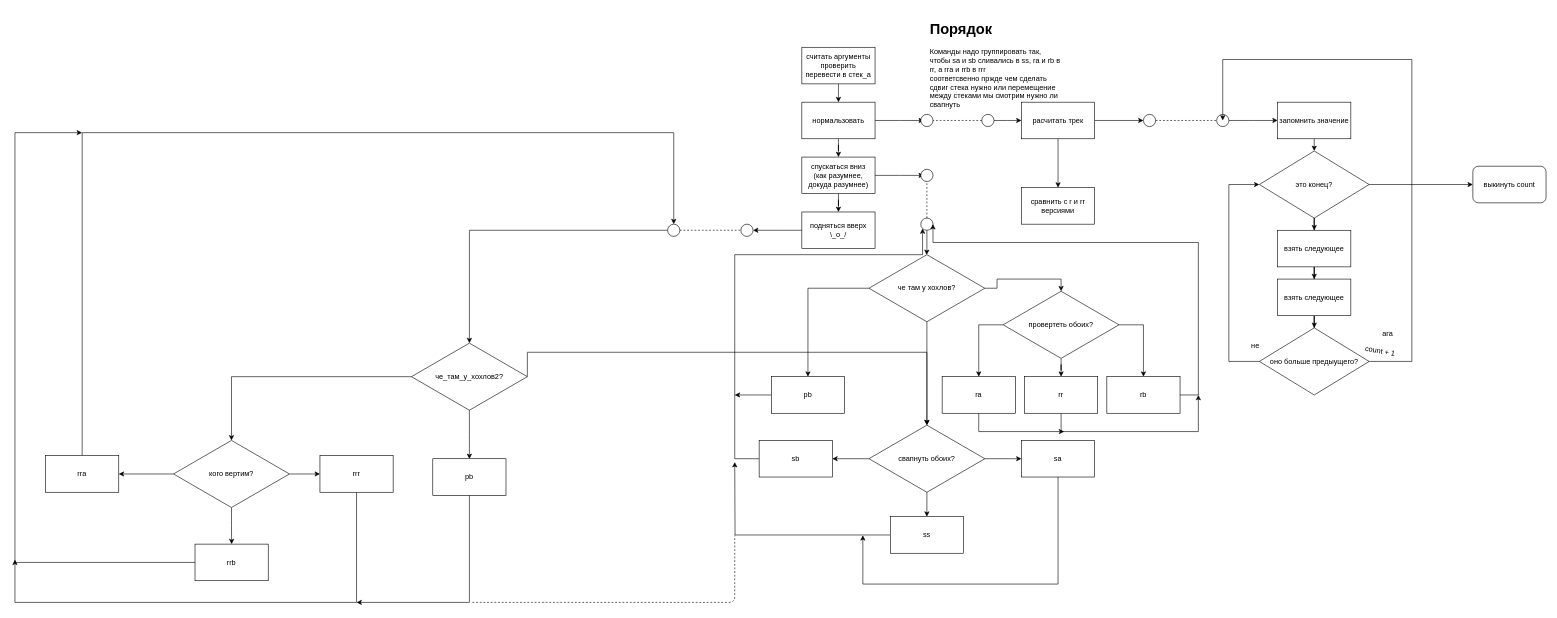
Before: page "Page-1" (1 of 3) of algo.drawio in andru196/push_swap, a draw.io diagram. Source tidied: cells renumbered, new cells numbered last; positions are measured from the earlier drawing's top-left corner, leaving out a move shared by most shapes. Both pictures are drawn from the tidied source at 61%, with x=0, y=0 at pixel (15, 16).
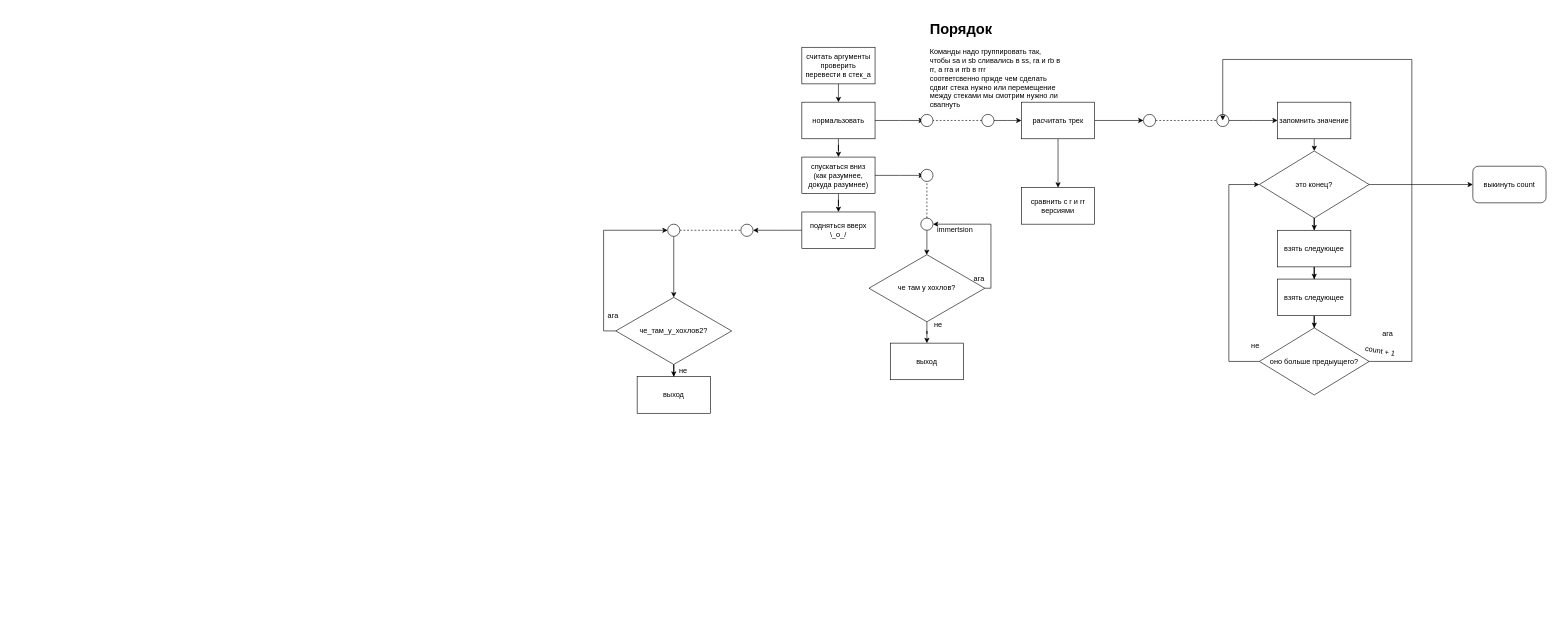
Above is the later version.

The change refers to these unchanged cells:
```xml
<mxCell id="40" style="ellipse;whiteSpace=wrap;html=1;" parent="1" vertex="1">
  <mxGeometry x="1485" y="330" width="20" height="20" as="geometry" />
</mxCell>
<mxCell id="44" value="че там у хохлов?" style="rhombus;whiteSpace=wrap;html=1;" parent="1" vertex="1">
  <mxGeometry x="1400" y="390" width="190" height="110" as="geometry" />
</mxCell>
<mxCell id="81" style="ellipse;whiteSpace=wrap;html=1;" parent="1" vertex="1">
  <mxGeometry x="1070" y="340" width="20" height="20" as="geometry" />
</mxCell>
```

What changed in the source:
```diff
@@
-    <mxCell id="41" style="edgeStyle=orthogonalEdgeStyle;rounded=0;jettySize=auto;html=1;" parent="1" edge="1" source="44" target="46">
-      <mxGeometry relative="1" as="geometry" />
-    </mxCell>
-    <mxCell id="42" style="edgeStyle=orthogonalEdgeStyle;rounded=0;jettySize=auto;html=1;" parent="1" edge="1" source="44" target="55">
-      <mxGeometry relative="1" as="geometry" />
-    </mxCell>
-    <mxCell id="43" style="edgeStyle=orthogonalEdgeStyle;rounded=0;jettySize=auto;html=1;entryX=0.5;entryY=0;entryDx=0;entryDy=0;" parent="1" edge="1" source="44" target="59">
-      <mxGeometry relative="1" as="geometry" />
-    </mxCell>
+    <mxCell id="92" style="edgeStyle=orthogonalEdgeStyle;rounded=0;jettySize=auto;html=1;entryX=0.5;entryY=0;entryDx=0;entryDy=0;" parent="1" edge="1" source="44" target="96">
+      <mxGeometry relative="1" as="geometry" />
+    </mxCell>
+    <mxCell id="93" style="edgeStyle=orthogonalEdgeStyle;rounded=0;jettySize=auto;html=1;entryX=1;entryY=0.5;entryDx=0;entryDy=0;" parent="1" edge="1" source="44" target="40">
+      <mxGeometry relative="1" as="geometry">
+        <Array as="points">
+          <mxPoint x="1600" y="445" />
+          <mxPoint x="1600" y="340" />
+        </Array>
+      </mxGeometry>
+    </mxCell>
@@
-    <mxCell id="45" style="edgeStyle=orthogonalEdgeStyle;rounded=0;jettySize=auto;html=1;" parent="1" edge="1" source="46">
-      <mxGeometry relative="1" as="geometry">
-        <mxPoint x="1180" y="620" as="targetPoint" />
-      </mxGeometry>
-    </mxCell>
-    <mxCell id="46" value="pb" style="rounded=0;whiteSpace=wrap;html=1;" parent="1" vertex="1">
-      <mxGeometry x="1240" y="590" width="120" height="60" as="geometry" />
-    </mxCell>
@@
-    <mxCell id="50" style="edgeStyle=orthogonalEdgeStyle;rounded=0;jettySize=auto;html=1;" parent="1" edge="1" source="51">
-      <mxGeometry relative="1" as="geometry">
-        <mxPoint x="1180" y="730" as="targetPoint" />
-      </mxGeometry>
-    </mxCell>
-    <mxCell id="51" value="ss&lt;br&gt;" style="rounded=0;whiteSpace=wrap;html=1;" parent="1" vertex="1">
-      <mxGeometry x="1435" y="819.5" width="120" height="60" as="geometry" />
-    </mxCell>
-    <mxCell id="52" style="edgeStyle=orthogonalEdgeStyle;rounded=0;jettySize=auto;html=1;" parent="1" edge="1" source="55" target="51">
-      <mxGeometry relative="1" as="geometry" />
-    </mxCell>
-    <mxCell id="53" style="edgeStyle=orthogonalEdgeStyle;rounded=0;jettySize=auto;html=1;" parent="1" edge="1" source="55" target="61">
-      <mxGeometry relative="1" as="geometry" />
-    </mxCell>
-    <mxCell id="54" style="edgeStyle=orthogonalEdgeStyle;rounded=0;jettySize=auto;html=1;" parent="1" edge="1" source="55" target="63">
-      <mxGeometry relative="1" as="geometry" />
-    </mxCell>
-    <mxCell id="55" value="свапнуть обоих?" style="rhombus;whiteSpace=wrap;html=1;" parent="1" vertex="1">
-      <mxGeometry x="1400" y="669.5" width="190" height="110" as="geometry" />
-    </mxCell>
-    <mxCell id="56" style="edgeStyle=orthogonalEdgeStyle;rounded=0;jettySize=auto;html=1;" parent="1" edge="1" source="59" target="65">
-      <mxGeometry relative="1" as="geometry" />
-    </mxCell>
-    <mxCell id="57" style="edgeStyle=orthogonalEdgeStyle;rounded=0;jettySize=auto;html=1;entryX=0.5;entryY=0;entryDx=0;entryDy=0;" parent="1" edge="1" source="59" target="67">
-      <mxGeometry relative="1" as="geometry">
-        <Array as="points">
-          <mxPoint x="1580" y="505" />
-        </Array>
-      </mxGeometry>
-    </mxCell>
-    <mxCell id="58" style="edgeStyle=orthogonalEdgeStyle;rounded=0;jettySize=auto;html=1;entryX=0.5;entryY=0;entryDx=0;entryDy=0;" parent="1" edge="1" source="59" target="69">
-      <mxGeometry relative="1" as="geometry">
-        <Array as="points">
-          <mxPoint x="1850" y="505" />
-        </Array>
-      </mxGeometry>
-    </mxCell>
-    <mxCell id="59" value="провертеть обоих?" style="rhombus;whiteSpace=wrap;html=1;" parent="1" vertex="1">
-      <mxGeometry x="1620" y="450" width="190" height="110" as="geometry" />
-    </mxCell>
-    <mxCell id="60" style="edgeStyle=orthogonalEdgeStyle;rounded=0;jettySize=auto;html=1;" parent="1" edge="1" source="61">
-      <mxGeometry relative="1" as="geometry">
-        <mxPoint x="1390" y="850" as="targetPoint" />
-        <Array as="points">
-          <mxPoint x="1710" y="930" />
-          <mxPoint x="1390" y="930" />
-        </Array>
-      </mxGeometry>
-    </mxCell>
-    <mxCell id="61" value="sa&lt;br&gt;" style="rounded=0;whiteSpace=wrap;html=1;" parent="1" vertex="1">
-      <mxGeometry x="1650" y="694.5" width="120" height="60" as="geometry" />
-    </mxCell>
-    <mxCell id="62" style="edgeStyle=orthogonalEdgeStyle;rounded=0;jettySize=auto;html=1;entryX=0;entryY=1;entryDx=0;entryDy=0;" parent="1" edge="1" source="63" target="40">
-      <mxGeometry relative="1" as="geometry">
-        <Array as="points">
-          <mxPoint x="1180" y="725" />
-          <mxPoint x="1180" y="390" />
-          <mxPoint x="1488" y="390" />
-        </Array>
-      </mxGeometry>
-    </mxCell>
-    <mxCell id="63" value="sb&lt;br&gt;" style="rounded=0;whiteSpace=wrap;html=1;" parent="1" vertex="1">
-      <mxGeometry x="1220" y="694.5" width="120" height="60" as="geometry" />
-    </mxCell>
-    <mxCell id="64" style="edgeStyle=orthogonalEdgeStyle;rounded=0;jettySize=auto;html=1;" parent="1" edge="1" source="65">
-      <mxGeometry relative="1" as="geometry">
-        <mxPoint x="1940" y="620" as="targetPoint" />
-        <Array as="points">
-          <mxPoint x="1715" y="680" />
-          <mxPoint x="1940" y="680" />
-        </Array>
-      </mxGeometry>
-    </mxCell>
-    <mxCell id="65" value="rr" style="rounded=0;whiteSpace=wrap;html=1;" parent="1" vertex="1">
-      <mxGeometry x="1655" y="590" width="120" height="60" as="geometry" />
-    </mxCell>
-    <mxCell id="66" style="edgeStyle=orthogonalEdgeStyle;rounded=0;jettySize=auto;html=1;" parent="1" edge="1" source="67">
-      <mxGeometry relative="1" as="geometry">
-        <mxPoint x="1720" y="680" as="targetPoint" />
-        <Array as="points">
-          <mxPoint x="1580" y="680" />
-        </Array>
-      </mxGeometry>
-    </mxCell>
-    <mxCell id="67" value="ra" style="rounded=0;whiteSpace=wrap;html=1;" parent="1" vertex="1">
-      <mxGeometry x="1520" y="590" width="120" height="60" as="geometry" />
-    </mxCell>
-    <mxCell id="68" style="edgeStyle=orthogonalEdgeStyle;rounded=0;jettySize=auto;html=1;entryX=1;entryY=0.5;entryDx=0;entryDy=0;" parent="1" edge="1" source="69" target="40">
-      <mxGeometry relative="1" as="geometry">
-        <Array as="points">
-          <mxPoint x="1940" y="620" />
-          <mxPoint x="1940" y="370" />
-          <mxPoint x="1505" y="370" />
-        </Array>
-      </mxGeometry>
-    </mxCell>
-    <mxCell id="69" value="rb" style="rounded=0;whiteSpace=wrap;html=1;" parent="1" vertex="1">
-      <mxGeometry x="1790" y="590" width="120" height="60" as="geometry" />
-    </mxCell>
@@
-    <mxCell id="72" style="edgeStyle=orthogonalEdgeStyle;rounded=0;jettySize=auto;html=1;" parent="1" edge="1" source="75" target="79">
-      <mxGeometry relative="1" as="geometry" />
-    </mxCell>
-    <mxCell id="73" style="edgeStyle=orthogonalEdgeStyle;rounded=0;jettySize=auto;html=1;entryX=0.5;entryY=0;entryDx=0;entryDy=0;exitX=1;exitY=0.5;exitDx=0;exitDy=0;" parent="1" edge="1" source="75" target="55">
-      <mxGeometry relative="1" as="geometry">
-        <Array as="points">
-          <mxPoint x="840" y="550" />
-          <mxPoint x="1495" y="550" />
-        </Array>
-      </mxGeometry>
-    </mxCell>
-    <mxCell id="74" style="edgeStyle=orthogonalEdgeStyle;rounded=0;jettySize=auto;html=1;" parent="1" edge="1" source="75">
-      <mxGeometry relative="1" as="geometry">
-        <mxPoint x="745" y="725" as="targetPoint" />
-      </mxGeometry>
-    </mxCell>
+    <mxCell id="94" style="edgeStyle=orthogonalEdgeStyle;rounded=0;jettySize=auto;html=1;entryX=0.5;entryY=0;entryDx=0;entryDy=0;" parent="1" edge="1" source="75" target="97">
+      <mxGeometry relative="1" as="geometry" />
+    </mxCell>
+    <mxCell id="95" style="edgeStyle=orthogonalEdgeStyle;rounded=0;jettySize=auto;html=1;entryX=0;entryY=0.5;entryDx=0;entryDy=0;" parent="1" edge="1" source="75" target="81">
+      <mxGeometry relative="1" as="geometry">
+        <Array as="points">
+          <mxPoint x="965" y="515" />
+          <mxPoint x="965" y="350" />
+        </Array>
+      </mxGeometry>
+    </mxCell>
     <mxCell id="75" value="че_там_у_хохлов2?" style="rhombus;whiteSpace=wrap;html=1;" parent="1" vertex="1">
-      <mxGeometry x="650" y="535" width="190" height="110" as="geometry" />
+      <mxGeometry x="985" y="460" width="190" height="110" as="geometry" />
     </mxCell>
-    <mxCell id="76" style="edgeStyle=orthogonalEdgeStyle;rounded=0;jettySize=auto;html=1;" parent="1" edge="1" source="79" target="85">
-      <mxGeometry relative="1" as="geometry" />
-    </mxCell>
-    <mxCell id="77" style="edgeStyle=orthogonalEdgeStyle;rounded=0;jettySize=auto;html=1;entryX=1;entryY=0.5;entryDx=0;entryDy=0;" parent="1" edge="1" source="79" target="83">
-      <mxGeometry relative="1" as="geometry" />
-    </mxCell>
-    <mxCell id="78" style="edgeStyle=orthogonalEdgeStyle;rounded=0;jettySize=auto;html=1;" parent="1" edge="1" source="79" target="87">
-      <mxGeometry relative="1" as="geometry" />
-    </mxCell>
-    <mxCell id="79" value="кого вертим?" style="rhombus;whiteSpace=wrap;html=1;" parent="1" vertex="1">
-      <mxGeometry x="260" y="694.5" width="190" height="110" as="geometry" />
-    </mxCell>
@@
-    <mxCell id="82" style="edgeStyle=orthogonalEdgeStyle;rounded=0;jettySize=auto;html=1;" parent="1" edge="1" source="83">
-      <mxGeometry relative="1" as="geometry">
-        <mxPoint x="1080" y="340" as="targetPoint" />
-        <Array as="points">
-          <mxPoint x="110" y="190" />
-          <mxPoint x="1080" y="190" />
-        </Array>
-      </mxGeometry>
-    </mxCell>
-    <mxCell id="83" value="rra&lt;br&gt;" style="rounded=0;whiteSpace=wrap;html=1;" parent="1" vertex="1">
-      <mxGeometry x="50.2" y="719.5" width="120" height="60" as="geometry" />
-    </mxCell>
-    <mxCell id="84" style="edgeStyle=orthogonalEdgeStyle;rounded=0;jettySize=auto;html=1;" parent="1" edge="1" source="85">
-      <mxGeometry relative="1" as="geometry">
-        <mxPoint x="110" y="190" as="targetPoint" />
-        <Array as="points">
-          <mxPoint y="895" />
-          <mxPoint y="190" />
-        </Array>
-      </mxGeometry>
-    </mxCell>
-    <mxCell id="85" value="rrb&lt;br&gt;" style="rounded=0;whiteSpace=wrap;html=1;" parent="1" vertex="1">
-      <mxGeometry x="295.2" y="864.5" width="120" height="60" as="geometry" />
-    </mxCell>
-    <mxCell id="86" style="edgeStyle=orthogonalEdgeStyle;rounded=0;jettySize=auto;html=1;" parent="1" edge="1" source="87">
-      <mxGeometry relative="1" as="geometry">
-        <mxPoint y="890" as="targetPoint" />
-        <Array as="points">
-          <mxPoint x="560" y="960" />
-          <mxPoint y="960" />
-        </Array>
-      </mxGeometry>
-    </mxCell>
-    <mxCell id="87" value="rrr" style="rounded=0;whiteSpace=wrap;html=1;" parent="1" vertex="1">
-      <mxGeometry x="500" y="719.5" width="120" height="60" as="geometry" />
-    </mxCell>
-    <mxCell id="88" style="edgeStyle=orthogonalEdgeStyle;rounded=0;jettySize=auto;html=1;" parent="1" edge="1" source="89">
-      <mxGeometry relative="1" as="geometry">
-        <mxPoint x="560" y="960" as="targetPoint" />
-        <Array as="points">
-          <mxPoint x="745" y="960" />
-        </Array>
-      </mxGeometry>
-    </mxCell>
-    <mxCell id="89" value="pb" style="rounded=0;whiteSpace=wrap;html=1;" parent="1" vertex="1">
-      <mxGeometry x="685" y="724.5" width="120" height="60" as="geometry" />
-    </mxCell>
-    <mxCell id="90" style="endArrow=none;dashed=1;html=1;" parent="1" edge="1">
-      <mxGeometry relative="1" as="geometry">
-        <mxPoint x="750" y="960" as="sourcePoint" />
-        <mxPoint x="1180" y="850" as="targetPoint" />
-        <Array as="points">
-          <mxPoint x="1180" y="960" />
-        </Array>
-      </mxGeometry>
-    </mxCell>
@@
+    <mxCell id="96" value="выход" style="rounded=0;whiteSpace=wrap;html=1;" parent="1" vertex="1">
+      <mxGeometry x="1435" y="535" width="120" height="60" as="geometry" />
+    </mxCell>
+    <mxCell id="97" value="выход" style="rounded=0;whiteSpace=wrap;html=1;" parent="1" vertex="1">
+      <mxGeometry x="1020" y="590" width="120" height="60" as="geometry" />
+    </mxCell>
+    <mxCell id="98" value="ага" style="text;html=1;align=left;verticalAlign=top;spacingTop=-4;" parent="1" vertex="1">
+      <mxGeometry x="1570" y="420" width="30" height="20" as="geometry" />
+    </mxCell>
+    <mxCell id="99" value="ага" style="text;html=1;align=left;verticalAlign=top;spacingTop=-4;" parent="1" vertex="1">
+      <mxGeometry x="970" y="480" width="30" height="20" as="geometry" />
+    </mxCell>
+    <mxCell id="100" value="не" style="text;html=1;align=left;verticalAlign=top;spacingTop=-4;" parent="1" vertex="1">
+      <mxGeometry x="1087" y="570" width="30" height="20" as="geometry" />
+    </mxCell>
+    <mxCell id="101" value="не" style="text;html=1;align=left;verticalAlign=top;spacingTop=-4;" parent="1" vertex="1">
+      <mxGeometry x="1505" y="495" width="30" height="20" as="geometry" />
+    </mxCell>
+    <mxCell id="102" value="&lt;div&gt;&lt;span&gt;immertsion&lt;/span&gt;&lt;/div&gt;" style="text;html=1;align=left;verticalAlign=top;spacingTop=-4;" parent="1" vertex="1">
+      <mxGeometry x="1510" y="340" width="70" height="20" as="geometry" />
+    </mxCell>
```
